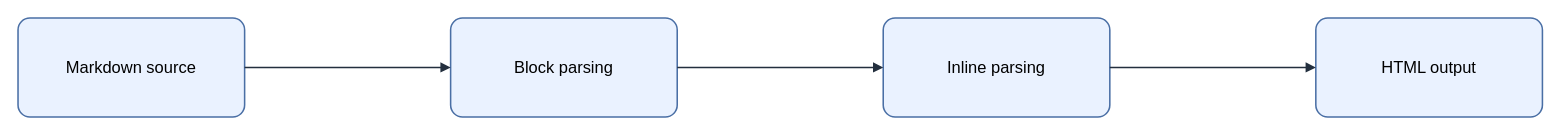
Before: assets/img/markdown/markdown-rendering-flow.drawio in KKamJi98/kkamji98.github.io, a draw.io diagram. Source tidied: cells renumbered, new cells numbered last; positions are measured from the earlier drawing's top-left corner, leaving out a move shared by most shapes. Both pictures are drawn from the tidied source at 103%, with x=0, y=0 at pixel (18, 18).
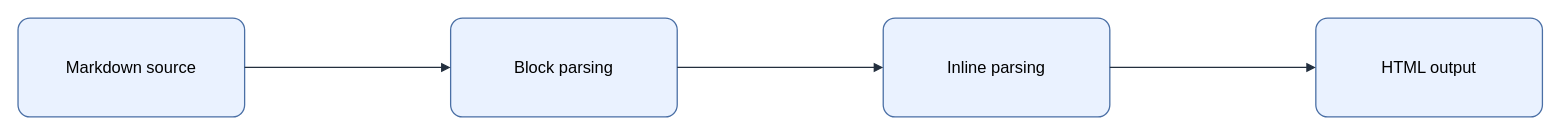
Above is the later version.

Diff of the diagram source:
```diff
@@
 <mxGraphModel background="#FFFFFF">
   <root>
     <mxCell id="0" />
     <mxCell id="1" parent="0" />
-    <mxCell id="2" value="&lt;font style=&quot;color: rgb(0, 0, 0);&quot;&gt;Markdown source&lt;/font&gt;" style="rounded=1;arcSize=12;whiteSpace=wrap;html=1;fillColor=#EAF2FF;strokeColor=#4A6FA5;strokeWidth=1.5;fontColor=#000000;fontSize=16;align=center;verticalAlign=middle;spacing=8;shadow=0;" parent="1" vertex="1">
+    <mxCell id="2" value="Markdown source" style="rounded=1;arcSize=12;whiteSpace=wrap;html=0;fillColor=#EAF2FF;strokeColor=#4A6FA5;strokeWidth=1.25;fontColor=#000000;fontSize=16;align=center;verticalAlign=middle;spacing=8;shadow=0;" parent="1" vertex="1">
       <mxGeometry width="220" height="96" as="geometry" />
     </mxCell>
-    <mxCell id="3" value="&lt;font style=&quot;color: rgb(0, 0, 0);&quot;&gt;Block parsing&lt;/font&gt;" style="rounded=1;arcSize=12;whiteSpace=wrap;html=1;fillColor=#EAF2FF;strokeColor=#4A6FA5;strokeWidth=1.5;fontColor=#000000;fontSize=16;align=center;verticalAlign=middle;spacing=8;shadow=0;" parent="1" vertex="1">
+    <mxCell id="3" value="Block parsing" style="rounded=1;arcSize=12;whiteSpace=wrap;html=0;fillColor=#EAF2FF;strokeColor=#4A6FA5;strokeWidth=1.25;fontColor=#000000;fontSize=16;align=center;verticalAlign=middle;spacing=8;shadow=0;" parent="1" vertex="1">
       <mxGeometry x="420" width="220" height="96" as="geometry" />
     </mxCell>
-    <mxCell id="4" value="&lt;font style=&quot;color: rgb(0, 0, 0);&quot;&gt;Inline parsing&lt;/font&gt;" style="rounded=1;arcSize=12;whiteSpace=wrap;html=1;fillColor=#EAF2FF;strokeColor=#4A6FA5;strokeWidth=1.5;fontColor=#000000;fontSize=16;align=center;verticalAlign=middle;spacing=8;shadow=0;" parent="1" vertex="1">
+    <mxCell id="4" value="Inline parsing" style="rounded=1;arcSize=12;whiteSpace=wrap;html=0;fillColor=#EAF2FF;strokeColor=#4A6FA5;strokeWidth=1.25;fontColor=#000000;fontSize=16;align=center;verticalAlign=middle;spacing=8;shadow=0;" parent="1" vertex="1">
       <mxGeometry x="840" width="220" height="96" as="geometry" />
     </mxCell>
-    <mxCell id="5" value="&lt;font style=&quot;color: rgb(0, 0, 0);&quot;&gt;HTML output&lt;/font&gt;" style="rounded=1;arcSize=12;whiteSpace=wrap;html=1;fillColor=#EAF2FF;strokeColor=#4A6FA5;strokeWidth=1.5;fontColor=#000000;fontSize=16;align=center;verticalAlign=middle;spacing=8;shadow=0;" parent="1" vertex="1">
+    <mxCell id="5" value="HTML output" style="rounded=1;arcSize=12;whiteSpace=wrap;html=0;fillColor=#EAF2FF;strokeColor=#4A6FA5;strokeWidth=1.25;fontColor=#000000;fontSize=16;align=center;verticalAlign=middle;spacing=8;shadow=0;" parent="1" vertex="1">
       <mxGeometry x="1260" width="220" height="96" as="geometry" />
     </mxCell>
-    <mxCell id="6" style="edgeStyle=orthogonalEdgeStyle;rounded=0;jettySize=auto;html=1;endArrow=block;endFill=1;strokeColor=#232F3E;strokeWidth=1.5;fontColor=#000000;labelBackgroundColor=none;exitX=1;exitY=0.5;exitDx=0;exitDy=0;entryX=0;entryY=0.5;entryDx=0;entryDy=0;" parent="1" edge="1" source="2" target="3">
+    <mxCell id="6" style="edgeStyle=orthogonalEdgeStyle;rounded=0;jettySize=auto;html=0;endArrow=block;endFill=1;strokeColor=#232F3E;strokeWidth=1.25;fontColor=#000000;labelBackgroundColor=none;exitX=1;exitY=0.5;exitDx=0;exitDy=0;entryX=0;entryY=0.5;entryDx=0;entryDy=0;" parent="1" edge="1" source="2" target="3">
       <mxGeometry relative="1" as="geometry" />
     </mxCell>
-    <mxCell id="7" style="edgeStyle=orthogonalEdgeStyle;rounded=0;jettySize=auto;html=1;endArrow=block;endFill=1;strokeColor=#232F3E;strokeWidth=1.5;fontColor=#000000;labelBackgroundColor=none;exitX=1;exitY=0.5;exitDx=0;exitDy=0;entryX=0;entryY=0.5;entryDx=0;entryDy=0;" parent="1" edge="1" source="3" target="4">
+    <mxCell id="7" style="edgeStyle=orthogonalEdgeStyle;rounded=0;jettySize=auto;html=0;endArrow=block;endFill=1;strokeColor=#232F3E;strokeWidth=1.25;fontColor=#000000;labelBackgroundColor=none;exitX=1;exitY=0.5;exitDx=0;exitDy=0;entryX=0;entryY=0.5;entryDx=0;entryDy=0;" parent="1" edge="1" source="3" target="4">
       <mxGeometry relative="1" as="geometry" />
     </mxCell>
-    <mxCell id="8" style="edgeStyle=orthogonalEdgeStyle;rounded=0;jettySize=auto;html=1;endArrow=block;endFill=1;strokeColor=#232F3E;strokeWidth=1.5;fontColor=#000000;labelBackgroundColor=none;exitX=1;exitY=0.5;exitDx=0;exitDy=0;entryX=0;entryY=0.5;entryDx=0;entryDy=0;" parent="1" edge="1" source="4" target="5">
+    <mxCell id="8" style="edgeStyle=orthogonalEdgeStyle;rounded=0;jettySize=auto;html=0;endArrow=block;endFill=1;strokeColor=#232F3E;strokeWidth=1.25;fontColor=#000000;labelBackgroundColor=none;exitX=1;exitY=0.5;exitDx=0;exitDy=0;entryX=0;entryY=0.5;entryDx=0;entryDy=0;" parent="1" edge="1" source="4" target="5">
       <mxGeometry relative="1" as="geometry" />
     </mxCell>
   </root>
 </mxGraphModel>
```
